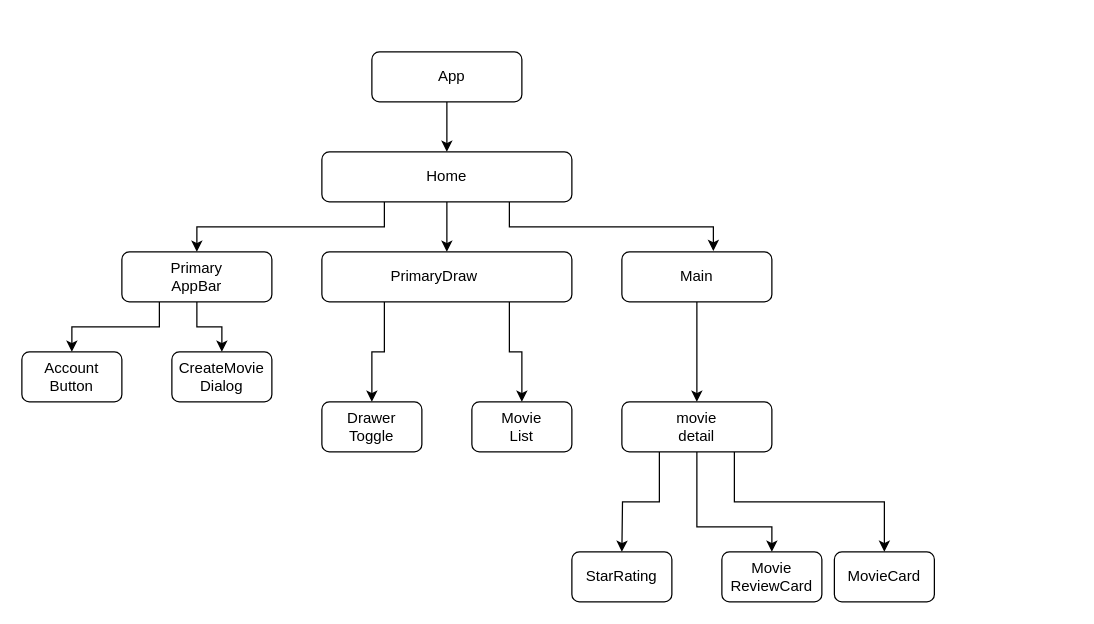
The draw.io diagram component_tree.drawio in anthonynarine/rating-app, before the edit. Source tidied: cells renumbered, new cells numbered last; positions are measured from the earlier drawing's top-left corner, leaving out a move shared by most shapes. Both pictures are drawn from the tidied source at 125%, with x=0, y=0 at pixel (21, 51).
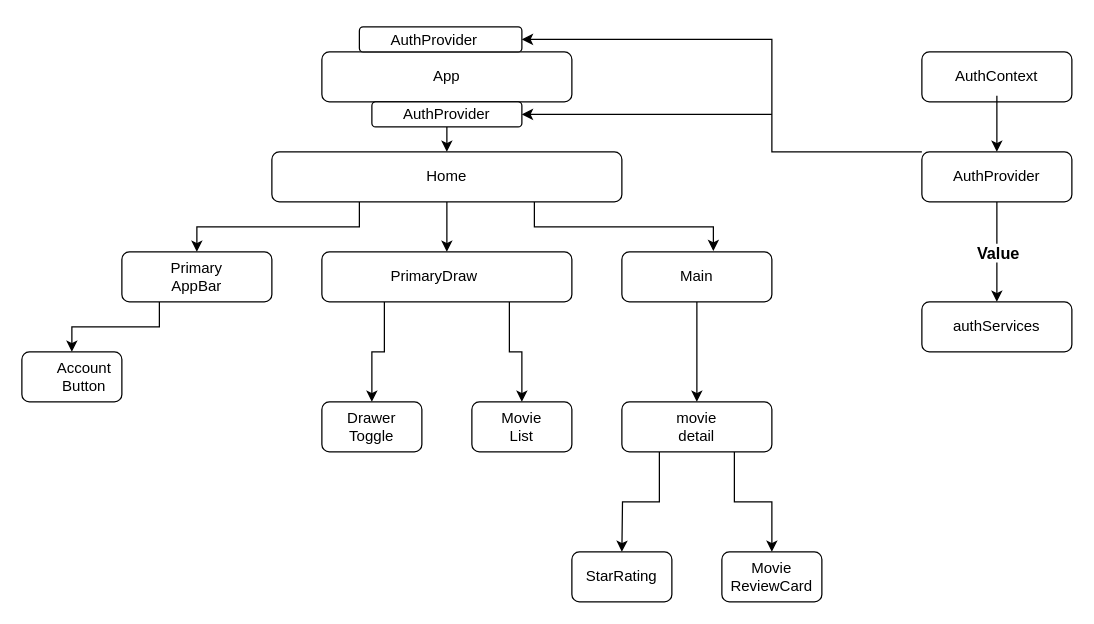
Above is the later version.

Unchanged cells that the change refers to:
```xml
<mxCell id="4" style="rounded=1;whiteSpace=wrap;html=1;" parent="1" vertex="1">
  <mxGeometry x="80" y="160" width="120" height="40" as="geometry" />
</mxCell>
<mxCell id="30" style="whiteSpace=wrap;html=1;rounded=1;" parent="1" vertex="1">
  <mxGeometry x="480" y="280" width="120" height="40" as="geometry" />
</mxCell>
<mxCell id="34" style="rounded=1;whiteSpace=wrap;html=1;" parent="1" vertex="1">
  <mxGeometry x="560" y="400" width="80" height="40" as="geometry" />
</mxCell>
```

What changed in the source:
```diff
@@
-    <mxCell id="3" style="edgeStyle=orthogonalEdgeStyle;rounded=0;jettySize=auto;html=1;exitX=0.5;exitY=1;exitDx=0;exitDy=0;entryX=0.5;entryY=0;entryDx=0;entryDy=0;" parent="1" edge="1" source="4" target="38">
-      <mxGeometry relative="1" as="geometry" />
-    </mxCell>
@@
     <mxCell id="13" value="Account Button" style="text;html=1;strokeColor=none;fillColor=none;align=center;verticalAlign=middle;whiteSpace=wrap;rounded=0;" parent="1" vertex="1">
-      <mxGeometry x="10" y="245" width="60" height="30" as="geometry" />
+      <mxGeometry x="20" y="245" width="60" height="30" as="geometry" />
     </mxCell>
@@
     <mxCell id="17" style="rounded=1;whiteSpace=wrap;html=1;" parent="1" vertex="1">
-      <mxGeometry x="280" width="120" height="40" as="geometry" />
+      <mxGeometry x="240" width="200" height="40" as="geometry" />
     </mxCell>
     <mxCell id="18" value="App" style="text;html=1;strokeColor=none;fillColor=none;align=center;verticalAlign=middle;whiteSpace=wrap;rounded=0;" parent="1" vertex="1">
-      <mxGeometry x="314" y="5" width="60" height="30" as="geometry" />
+      <mxGeometry x="310" y="5" width="60" height="30" as="geometry" />
     </mxCell>
@@
     <mxCell id="22" style="rounded=1;whiteSpace=wrap;html=1;" parent="1" vertex="1">
-      <mxGeometry x="240" y="80" width="200" height="40" as="geometry" />
+      <mxGeometry x="200" y="80" width="280" height="40" as="geometry" />
     </mxCell>
@@
-    <mxCell id="28" style="edgeStyle=orthogonalEdgeStyle;rounded=0;jettySize=auto;html=1;exitX=0.5;exitY=1;exitDx=0;exitDy=0;entryX=0.5;entryY=0;entryDx=0;entryDy=0;" parent="1" edge="1" source="30" target="34">
-      <mxGeometry relative="1" as="geometry">
-        <Array as="points">
-          <mxPoint x="540" y="380" />
-          <mxPoint x="600" y="380" />
-        </Array>
-      </mxGeometry>
+    <mxCell id="28" style="edgeStyle=orthogonalEdgeStyle;rounded=0;jettySize=auto;html=1;exitX=0.75;exitY=1;exitDx=0;exitDy=0;entryX=0.5;entryY=0;entryDx=0;entryDy=0;" parent="1" edge="1" source="30" target="34">
+      <mxGeometry relative="1" as="geometry" />
     </mxCell>
-    <mxCell id="29" style="edgeStyle=orthogonalEdgeStyle;rounded=0;jettySize=auto;html=1;exitX=0.75;exitY=1;exitDx=0;exitDy=0;entryX=0.5;entryY=0;entryDx=0;entryDy=0;" parent="1" edge="1" source="30" target="36">
-      <mxGeometry relative="1" as="geometry" />
-    </mxCell>
@@
-    <mxCell id="36" style="rounded=1;whiteSpace=wrap;html=1;" parent="1" vertex="1">
-      <mxGeometry x="650" y="400" width="80" height="40" as="geometry" />
-    </mxCell>
-    <mxCell id="37" value="MovieCard" style="text;html=1;strokeColor=none;fillColor=none;align=center;verticalAlign=middle;whiteSpace=wrap;rounded=0;" parent="1" vertex="1">
-      <mxGeometry x="660" y="405" width="60" height="30" as="geometry" />
-    </mxCell>
-    <mxCell id="38" style="rounded=1;whiteSpace=wrap;html=1;" parent="1" vertex="1">
-      <mxGeometry x="120" y="240" width="80" height="40" as="geometry" />
-    </mxCell>
-    <mxCell id="39" value="CreateMovie&lt;br&gt;Dialog" style="text;html=1;strokeColor=none;fillColor=none;align=center;verticalAlign=middle;whiteSpace=wrap;rounded=0;" parent="1" vertex="1">
-      <mxGeometry x="130" y="245" width="60" height="30" as="geometry" />
-    </mxCell>
+    <mxCell id="40" style="rounded=1;whiteSpace=wrap;html=1;" parent="1" vertex="1">
+      <mxGeometry x="720" width="120" height="40" as="geometry" />
+    </mxCell>
+    <mxCell id="41" style="edgeStyle=orthogonalEdgeStyle;rounded=0;jettySize=auto;html=1;exitX=0.5;exitY=1;exitDx=0;exitDy=0;entryX=0.5;entryY=0;entryDx=0;entryDy=0;" parent="1" edge="1" source="42" target="44">
+      <mxGeometry relative="1" as="geometry" />
+    </mxCell>
+    <mxCell id="42" value="AuthContext" style="text;html=1;strokeColor=none;fillColor=none;align=center;verticalAlign=middle;whiteSpace=wrap;rounded=0;" parent="1" vertex="1">
+      <mxGeometry x="750" y="5" width="60" height="30" as="geometry" />
+    </mxCell>
+    <mxCell id="43" style="edgeStyle=orthogonalEdgeStyle;rounded=0;jettySize=auto;html=1;exitX=0;exitY=0;exitDx=0;exitDy=0;entryX=1;entryY=0.5;entryDx=0;entryDy=0;" parent="1" edge="1" source="44" target="50">
+      <mxGeometry relative="1" as="geometry">
+        <Array as="points">
+          <mxPoint x="600" y="80" />
+          <mxPoint x="600" y="-10" />
+        </Array>
+      </mxGeometry>
+    </mxCell>
+    <mxCell id="44" style="rounded=1;whiteSpace=wrap;html=1;" parent="1" vertex="1">
+      <mxGeometry x="720" y="80" width="120" height="40" as="geometry" />
+    </mxCell>
+    <mxCell id="45" value="AuthProvider" style="text;html=1;strokeColor=none;fillColor=none;align=center;verticalAlign=middle;whiteSpace=wrap;rounded=0;" parent="1" vertex="1">
+      <mxGeometry x="750" y="85" width="60" height="30" as="geometry" />
+    </mxCell>
+    <mxCell id="46" style="endArrow=classic;html=1;rounded=0;" parent="1" edge="1">
+      <mxGeometry relative="1" as="geometry">
+        <mxPoint x="780" y="120" as="sourcePoint" />
+        <mxPoint x="780" y="200" as="targetPoint" />
+      </mxGeometry>
+    </mxCell>
+    <mxCell id="47" value="Value" style="edgeLabel;html=1;align=center;verticalAlign=middle;fontStyle=1;fontSize=13;" parent="46" vertex="1">
+      <mxGeometry relative="1" as="geometry" />
+    </mxCell>
+    <mxCell id="48" style="rounded=1;whiteSpace=wrap;html=1;" parent="1" vertex="1">
+      <mxGeometry x="720" y="200" width="120" height="40" as="geometry" />
+    </mxCell>
+    <mxCell id="49" value="authServices" style="text;html=1;strokeColor=none;fillColor=none;align=center;verticalAlign=middle;whiteSpace=wrap;rounded=0;" parent="1" vertex="1">
+      <mxGeometry x="750" y="205" width="60" height="30" as="geometry" />
+    </mxCell>
+    <mxCell id="50" style="rounded=1;whiteSpace=wrap;html=1;" parent="1" vertex="1">
+      <mxGeometry x="270" y="-20" width="130" height="20" as="geometry" />
+    </mxCell>
+    <mxCell id="51" value="AuthProvider" style="text;html=1;strokeColor=none;fillColor=none;align=center;verticalAlign=middle;whiteSpace=wrap;rounded=0;" parent="1" vertex="1">
+      <mxGeometry x="300" y="-24" width="60" height="30" as="geometry" />
+    </mxCell>
+    <mxCell id="52" style="rounded=1;whiteSpace=wrap;html=1;" parent="1" vertex="1">
+      <mxGeometry x="280" y="40" width="120" height="20" as="geometry" />
+    </mxCell>
+    <mxCell id="53" value="AuthProvider" style="text;html=1;strokeColor=none;fillColor=none;align=center;verticalAlign=middle;whiteSpace=wrap;rounded=0;" parent="1" vertex="1">
+      <mxGeometry x="310" y="35" width="60" height="30" as="geometry" />
+    </mxCell>
+    <mxCell id="54" style="endArrow=classic;html=1;rounded=0;entryX=1;entryY=0.5;entryDx=0;entryDy=0;" parent="1" edge="1" target="52">
+      <mxGeometry relative="1" as="geometry">
+        <mxPoint x="600" y="50" as="sourcePoint" />
+      </mxGeometry>
+    </mxCell>
```
